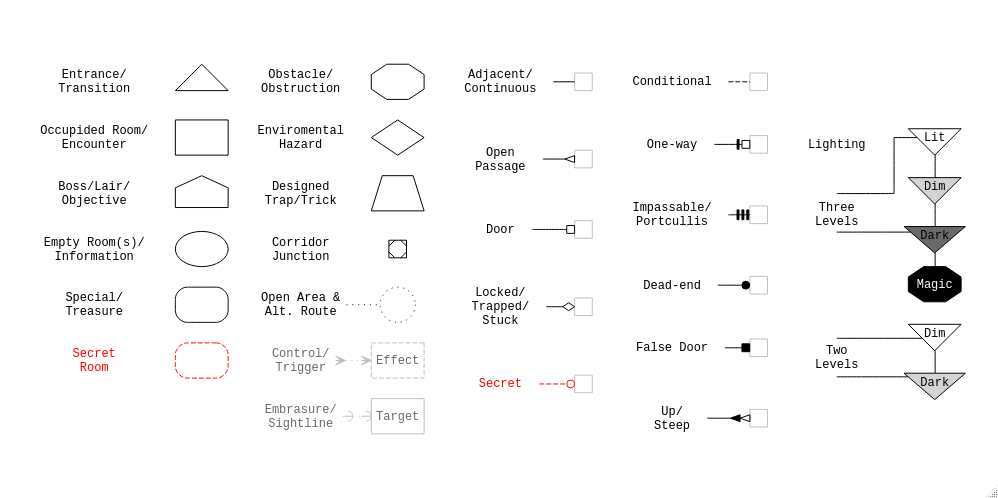
Earlier version of the Graphviz export legend.png (AutomaticCampaign/DungeonViz). Its source is kept beside it as legend.gv.
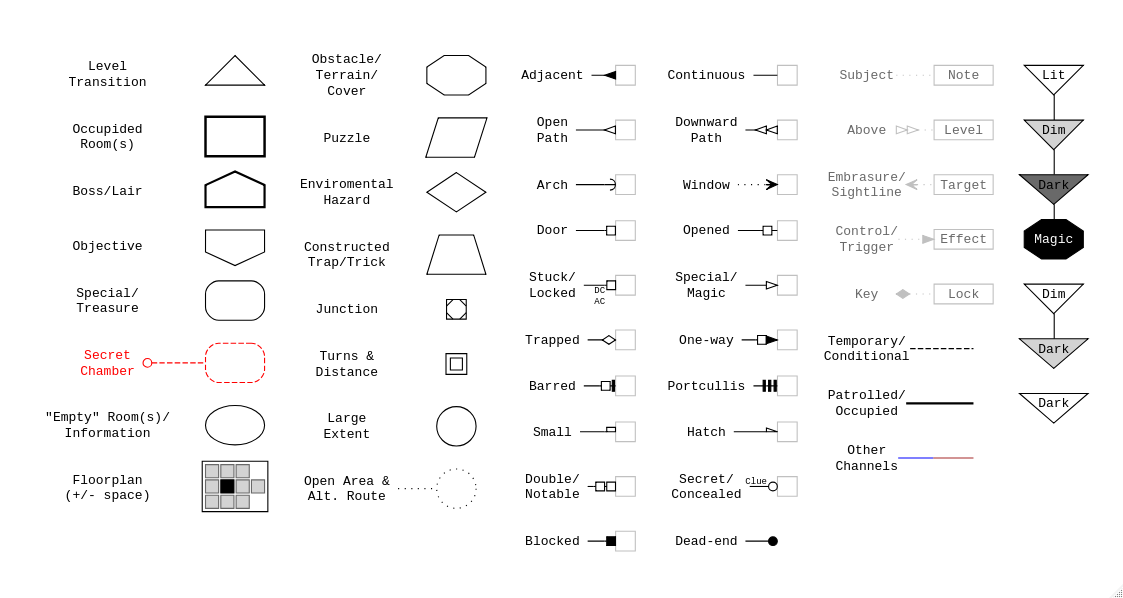
Above is the later version.

What changed in the source:
```diff
@@ -1,3 +1,4 @@
+
 digraph legend {
 
   graph [fontname=Courier, compound=true, color=none];
@@ -6,176 +7,239 @@
 
   bgcolor = transparent
   splines=ortho
+  compound=true
   rankdir = LR
   ranksep = .3
   nodesep = .2
 
-  {# Designed Trap/Trick
-    node [shape=trapezium, margin=0]
-    T1[label=""]
-  }
+  { node [shape=triangle]
+    entry[label=""]}
 
-  {# Enviromental Hazard
-    node [shape=diamond]
-    H1[label=""]
-  }
+  { node [shape=rectangle, penwidth=2.25]
+    room[label=""]}
 
-  {# Obstacle/Obstruction
-    node [shape=octagon]
-    O1[label=""]
-  }
+  { node [shape=house, penwidth=2]
+    lair[label=""]}
 
-  {# Junction
-    node [shape=Msquare, height=.25, width=.25, fontsize=8]
-    J1[label=""]
-  }
+  { node [shape=invhouse]
+    objective[label=""]}
 
-  {# Open Area
-    node [shape=circle, style=dotted]
-    A1[label=""]
-  }
+  { node [shape=rectangle, style=rounded]
+    special[label=""]}
 
-  {# Secret
-    node [shape=rectangle, style="dashed,rounded", color=red, fontcolor=red]
-    S1[label=""]
-  }
+  { node [shape=rectangle, style="dashed,rounded", color=red, fontcolor=red]
+    secret[label=""]}
 
-  {# Special/Treasure
-    node [shape=rectangle, style=rounded]
-    X1[label=""]
-  }
+  { node [shape=ellipse]
+    empty[label=""]}
 
-  {# Empty Room(s) / Information
-    node [shape=ellipse]
-    E1[label=""]
-  }
+  { node [shape=octagon]
+    obstacle[label=""]}
 
-  {# Boss/Lair/Objective
-    node [shape=house]
-    B1[label=""]
-  }
+  { node [shape=parallelogram]
+    puzzle[label=""]}
 
-  {# Occupied Room / Encounter
-    node [shape=rectangle]
-    R1[label=""]
-  }
+  { node [shape=diamond]
+    hazard[label=""]}
 
-  {# Entrance/Transition & Baseline Lighting
-    node [shape=triangle] # shape=invtriangle
-    L1[label=""]
-  }
+  { node [shape=trapezium, margin=0]
+    trap[label=""]}
 
+  { node [shape=Msquare, height=.25, width=.25, fontsize=9, label=""] #Mdiamond
+    junction}
+
+  { node [shape=square, height=.15, width=.15, peripheries=2]
+    turns[label=""]}
+
+  { node [shape=circle, height=.75]
+    extent[label="", height=.5]
+    open[label="", style=dotted, height=.5]}
+
+
+  floor [shape=none label=<
+  <table border="1" cellspacing="2" cellpadding="5" cellborder="1">
+   <tr>
+    <td color="dimgray" bgcolor="lightgray"></td>
+    <td color="dimgray" bgcolor="lightgray"></td>
+    <td color="dimgray" bgcolor="lightgray"></td>
+    <td color="white"></td>
+   </tr>
+   <tr>
+    <td color="dimgray" bgcolor="lightgray"></td>
+    <td color="black" bgcolor="black"></td>
+    <td color="dimgray" bgcolor="lightgray"></td>
+    <td color="dimgray" bgcolor="lightgray" port="door"></td>
+   </tr>
+   <tr>
+    <td color="dimgray" bgcolor="lightgray"></td>
+    <td color="dimgray" bgcolor="lightgray"></td>
+    <td color="dimgray" bgcolor="lightgray"></td>
+    <td color="white"></td>
+   </tr>
+  </table>>]
 
   ##########
   # LEGEND #
   ##########
 
-  {# Arrow Targets
-    node [shape=square, height=.25, width=.25, label="", color=gray]
-    at2;at4;at6;at8;at10;at12;at14;at16;at18;at20;at22
+  subgraph cluster_elements{
+
+    node[shape=plaintext, height=0, fontsize=12, margin=.1]
+    el1[label="Level\nTransition"]
+    el2[label="Occupided\nRoom(s)"]
+    el3[label="Boss/Lair"]
+    el4[label="Objective"]
+    el5[label="Special/\nTreasure"]
+    el6[label="Secret\nChamber", fontcolor=red]
+    el7[label= "\'Empty\' Room(s)/\nInformation"]
+    el8[label="Floorplan\n(+/- space)"]
+    {rank=same;el1;el2;el3;el4;el5;el6;el7;el8}
+
+    er1[label="Obstacle/\nTerrain/\nCover"]
+    er2[label="Puzzle"]
+    er3[label="Enviromental\nHazard"]
+    er4[label="Constructed\nTrap/Trick"]
+    er5[label="Junction"]
+    er6[label="Turns &\nDistance"]
+    er7[label="Large\nExtent"]
+    er8[label="Open Area &\nAlt. Route"]
+    {rank=same;er1;er2;er3;er4;er5;er6;er7;er8}
+
+    edge[style=invis]
+    el1->entry
+    el2->room
+    el3->lair
+    el4->objective
+    el5->special
+    el6->secret[dir=back, arrowtail=odot, color=red, style=dashed]
+    el7->empty
+    el8->floor
+
+    er1->obstacle
+    er2->puzzle
+    er3->hazard
+    er4->trap
+    er5->junction
+    er6->turns
+    er7->extent
+    er8->open[dir=none, style=dotted]
   }
 
-  {# Label Targets
-    node[shape=rect, color=gray, fontcolor=dimgray, label=""]
-    lt1[label="Target"]
-    lt2[style=dashed, label="Effect"]
+  subgraph cluster_connected{
+
+    node [shape=square, height=.25, width=.25, label="", color=gray]
+    ctl1;ctl2;ctl3;ctl4;ctl5;ctl6;ctl7;ctl8;ctl9;ctl10
+    {rank=same;ctl1;ctl2;ctl3;ctl4;ctl5;ctl6;ctl7;ctl8;ctl9;ctl10}
+
+    ctr1;ctr2;ctr3;ctr4;ctr5;ctr6;ctr7;ctr8;ctr9;ctr10[style=invis]
+    {rank=same;ctr1;ctr2;ctr3;ctr4;ctr5;ctr6;ctr7;ctr8;ctr9;ctr10}
+
+    node [shape=plaintext, height=0, fontsize=12, margin=.1]
+    cl1[label="Adjacent"]
+    cl2[label="Open\nPath"]
+    cl3[label="Arch"]
+    cl4[label="Door"]
+    cl5[label="Stuck/\nLocked"]
+    cl6[label="Trapped"]
+    cl7[label="Barred"]
+    cl8[label="Small"]
+    cl9[label="Double/\nNotable"]
+    cl10[label="Blocked"]
+    {rank=same;cl1;cl2;cl3;cl4;cl5;cl6;cl7;cl8;cl9;cl10}
+
+    cr1[label="Continuous"]
+    cr2[label="Downward\nPath"]
+    cr3[label="Window"]
+    cr4[label="Opened"]
+    cr5[label="Special/\nMagic"]
+    cr6[label="One-way"]
+    cr7[label="Portcullis"]
+    cr8[label="Hatch"]
+    cr9[label="Secret/\nConcealed"]
+    cr10[label="Dead-end"]
+    {rank=same;cr1;cr2;cr3;cr4;cr5;cr6;cr7;cr8;cr9;cr10}
+
+    edge [dir=forward, style="", fontsize=8]
+    cl1->ctl1[arrowhead=inv]
+    cl2->ctl2[arrowhead=oinv]
+    cl3->ctl3[arrowhead=curve]
+    cl4->ctl4[arrowhead=obox]
+    cl5->ctl5[arrowhead=obox, headlabel="DC  \nAC  "]
+    cl6->ctl6[arrowhead=odiamond]
+    cl7->ctl7[arrowhead=teeobox]
+    cl8->ctl8[arrowhead=lobox]
+    cl9->ctl9[arrowhead=oboxobox]
+    cl10->ctl10[arrowhead=box]
+
+    cr1->ctr1[dir=none]
+    cr2->ctr2[arrowhead=oinvoinv]
+    cr3->ctr3[arrowhead=vee, style=dotted]
+    cr4->ctr4[arrowhead=noneobox]
+    cr5->ctr5[arrowhead=onormal]
+    cr6->ctr6[arrowhead=normalobox]
+    cr7->ctr7[arrowhead=teeteetee]
+    cr8->ctr8[arrowhead=lonormal]
+    cr9->ctr9[arrowhead=odot, headlabel="Clue  "]
+    cr10->ctr10[arrowhead=dot]
   }
 
-  {# Lighting Demos
-    node [shape=invtriangle, style=filled]
-    l2[label="Lit", fillcolor=white]
-    l3[label="Dim", fillcolor=lightgray]
-    l4[label="Dark", fillcolor=dimgray]
-    l5[shape=octagon, label="Magic", fillcolor=black, fontcolor=white]
-    l6[label="Dark", fillcolor=lightgray]
-    l7[label="Dim", fillcolor=white]
-  }
+  subgraph cluster_related{
 
-  # Labels
-  subgraph cluster_shape1{
+    node[shape=plaintext, fontsize=12, fontcolor=dimgray, margin=0]
+    rl0[label="Subject"]
+    rl1[label="Above"]
+    rl2[label="Embrasure/\nSightline"]
+    rl3[label="Control/\nTrigger"]
+    rl4[label="Key"]
 
-    node[shape=plaintext, height=0, fontsize=12, margin=.1]
-    edge[style=invis]
-    "Entrance/\nTransition"->L1
-    "Occupided Room/\nEncounter"->R1
-    "Boss/Lair/\nObjective"->B1
-    "Empty Room(s)/\nInformation"->E1
-    "Special/\nTreasure"->X1
-    "Secret\nRoom"[shape=plaintext, height=0, fontsize=12, fontcolor=red]; # LEGEND ONLY
-    "Secret\nRoom"->S1
-  }
+    node[fontcolor=black]
+    rl5[label="Temporary/\nConditional"]
+    rl6[label="Patrolled/\nOccupied"]
+    rl7[label="Other\nChannels"]
 
-  subgraph cluster_shape2{
+    node[shape=rect, height=.25, color=gray, fontcolor=dimgray]
+    rt0[label="Note"]
+    rt1[label="Level"]
+    rt2[label="Target"]
+    rt3[label="Effect"]
+    rt4[label="Lock"]
 
-    node[shape=plaintext, height=0, fontsize=12, margin=.1]
-    edge[style=invis]
-    "Obstacle/\nObstruction"->O1
-    "Enviromental\nHazard"->H1
-    "Designed\nTrap/Trick"->T1
-    "Corridor\nJunction"->J1
-    "Open Area &\nAlt. Route"->A1[dir=none, style=dotted]
-    node[fontcolor=dimgray]
-    "Control/\nTrigger"->lt2[dir=both, arrowtail=vee, arrowhead=crow,
-                             style=dotted, color=gray]
-    "Embrasure/\nSightline"->lt1[dir=both, arrowtail=curve, arrowhead=icurve
-                                 style=dotted, color=gray]
-  }
+    node [shape=square, height=.25, width=0, label="", color=invis]
+    rt5;rt6;rt7
 
-  # Arrowheads
-  subgraph cluster_arrowhead1{
+    edge[style=dotted, color=gray]
+    rl0->rt0[dir=none]
+    rl1->rt1[dir=both, arrowtail=oinvoinv, arrowhead=none]
+    rl2->rt2[dir=back, arrowtail=vee]
+    rl3->rt3[dir=forward, arrowhead=normal]
+    rl4->rt4[dir=back, arrowtail=diamond]
 
-    node [shape=plaintext, margin=.25]
-    at21[label="Adjacent/\nContinuous"]
-    at19[label="Open\nPassage"]
-    at17[label="Door"]
-    at15[label="Locked/\nTrapped/\nStuck"]
-    at13[label="Secret", fontcolor=red]
-
-    edge [dir=forward, style="", fontsize=12]
-    at21->at22[arrowhead=none]
-    at19->at20[arrowhead=oinv]
-    at17->at18[arrowhead=obox]
-    at15->at16[arrowhead=odiamond]
-    at13->at14[arrowhead=odot, color=red, style=dashed  ]
-  }
-
-  subgraph cluster_arrowhead2{
-
-    node [shape=plaintext, margin=.25]
-    at11[label="Conditional"]
-    at9[label="One-way"]
-    at7[label="Impassable/\nPortcullis"]
-    at5[label="Dead-end"]
-    at3[label="False Door"]
-    at1[label="Up/\nSteep"]
-
-    edge [dir=forward, style="", fontsize=12]
-    at11->at12[dir=none, style=dashed]
-    at9->at10[arrowhead=oboxtee]
-    at7->at8[arrowhead=teeteetee]
-    at5->at6[arrowhead=dot]
-    at3->at4[arrowhead=box]
-    at1->at2[arrowhead=oinvinv]
+    edge [dir=forward, style="", fontsize=8, color=black]
+    rl5->rt5:e[dir=none, style=dashed]
+    rl6->rt6:e[dir=none, penwidth=2.25]
+    rl7->rt7:e[dir=none, color="blue;.35:brown"]
   }
 
   subgraph cluster_lighting{
-    node [shape=plaintext, margin=.25]
-    b0[label="Lighting", fontsize=12]
-    b1[label="Three\nLevels"]
-    b2[label="Two\nLevels"]
-    b1:n->l2:w[dir=none, weight=2]
-    b1:s->l4[dir=none]
-    b2:s->l6[dir=none]
-    b2:n->l7[dir=none]
-    l5->l4->l3->l2[dir=none]
-    l6->l7[dir=none]
-    {rank=same;l2;l3;l4;l5;l6;l7}
-    {rank=same;b0;b1;b2}
+
+    node [shape=invtriangle, style=filled]
+    lt1[label="Lit", fillcolor=white]
+    lt2[label="Dim", fillcolor=lightgray]
+    lt3[label="Dark", fillcolor=dimgray]
+    lt4[shape=octagon, label="Magic", fillcolor=black, fontcolor=white]
+    lt5[label="Dark", fillcolor=lightgray]
+    lt6[label="Dim", fillcolor=white]
+    lt7[label="Dark", fillcolor=white]
+
+    lt4->lt3->lt2->lt1[dir=none]
+    lt5->lt6[dir=none]
+    {rank=same;lt1;lt2;lt3;lt4;lt5;lt6}
   }
 
   edge[style=invis]
-  L1->"Obstacle/\nObstruction"
-  O1->at21
-  at22->at11
-  at10->b0
+  entry->er1
+  obstacle->cl1
+  ctl1->cr1
+  ctr1->rl0
+  rt1->lt2
 }
```
